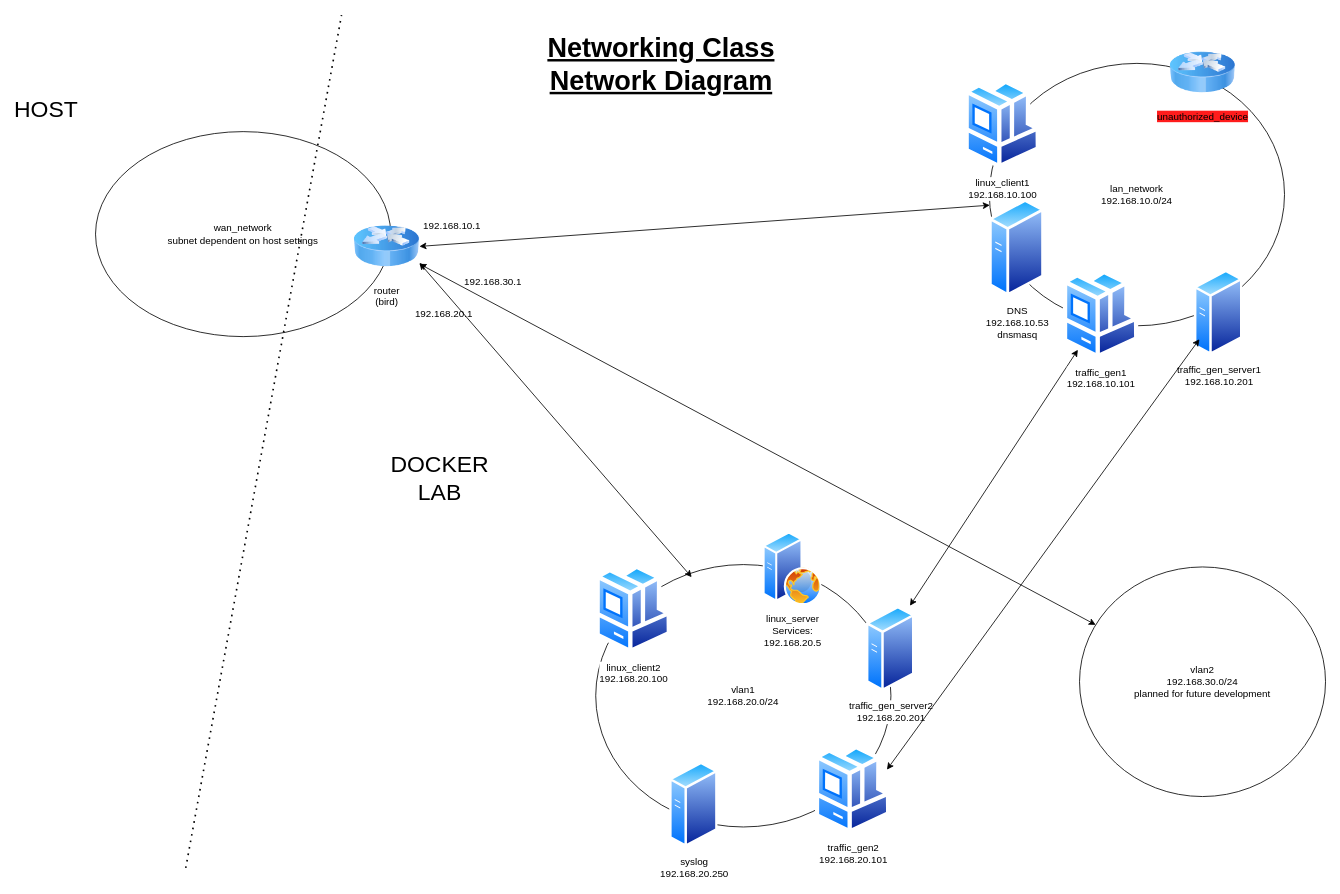
Above: Networking Class January Drill/NetworkingLab.drawio in butgreg/Exercises (draw.io), before the change. Source tidied: cells renumbered, new cells numbered last; positions are measured from the earlier drawing's top-left corner, leaving out a move shared by most shapes. Both pictures are drawn from the tidied source at 82%, with x=0, y=0 at pixel (21, 15).
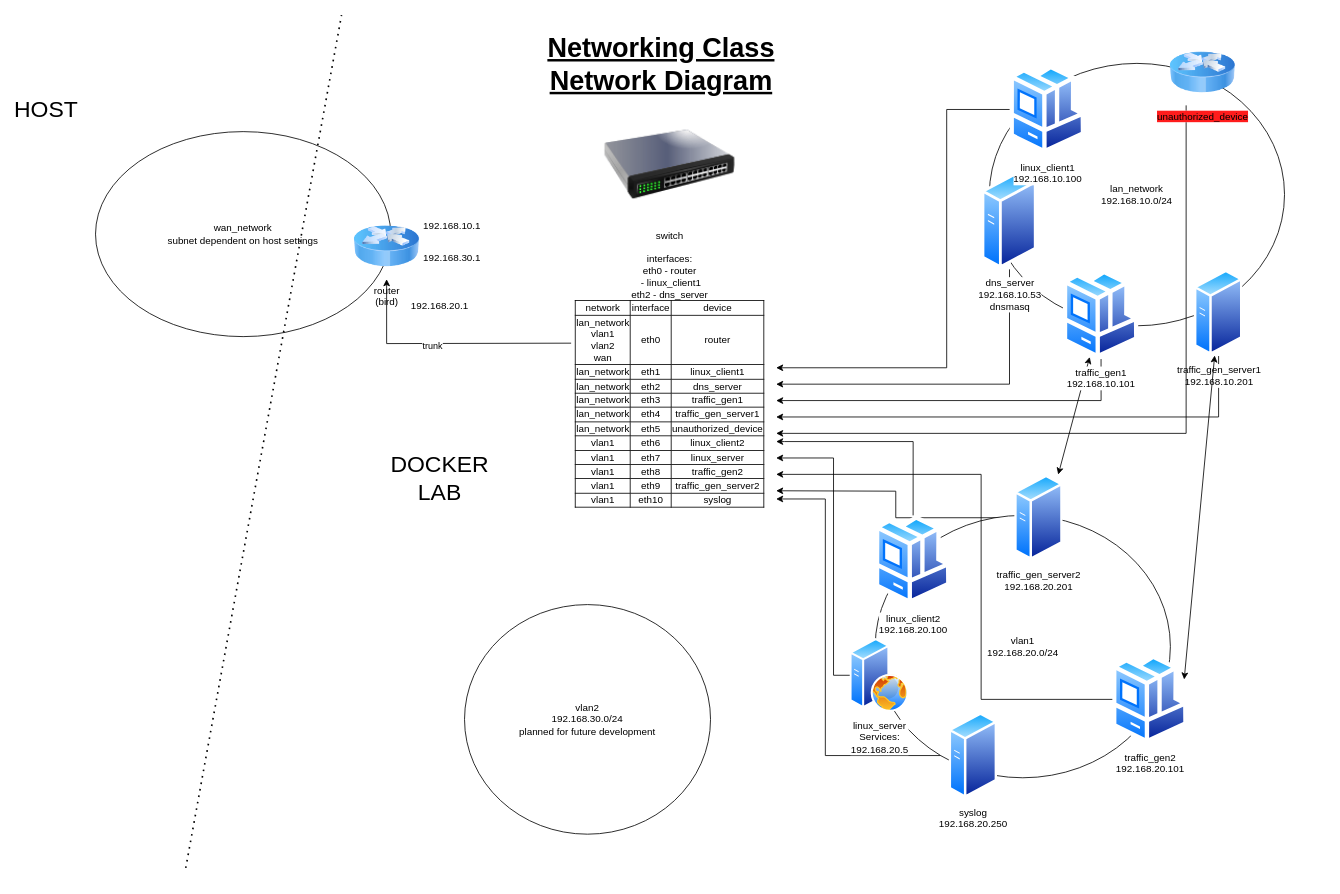
The same diagram, later.

Unchanged cells that the change refers to:
```xml
<mxCell id="6" value="router&lt;div&gt;(bird)&lt;/div&gt;" style="image;html=1;image=img/lib/clip_art/networking/Router_Icon_128x128.png;" parent="1" vertex="1">
  <mxGeometry x="405" y="242" width="80" height="80" as="geometry" />
</mxCell>
```

Diff of the diagram source:
```diff
@@
-    <mxCell id="2" value="vlan1&lt;div&gt;192.168.20.0/24&lt;/div&gt;" style="ellipse;whiteSpace=wrap;html=1;" parent="1" vertex="1">
-      <mxGeometry x="700" y="670" width="360" height="320" as="geometry" />
-    </mxCell>
@@
     <mxCell id="5" value="vlan2&lt;div&gt;192.168.30.0/24&lt;br&gt;planned for future development&lt;/div&gt;" style="ellipse;whiteSpace=wrap;html=1;" parent="1" vertex="1">
-      <mxGeometry x="1290" y="672.9" width="300" height="280" as="geometry" />
+      <mxGeometry x="540" y="718.8" width="300" height="280" as="geometry" />
     </mxCell>
@@
-    <mxCell id="8" style="endArrow=classic;startArrow=classic;html=1;rounded=0;entryX=0.325;entryY=0.048;entryDx=0;entryDy=0;entryPerimeter=0;exitX=1;exitY=0.75;exitDx=0;exitDy=0;" parent="1" edge="1" source="6" target="2">
-      <mxGeometry relative="1" as="geometry" />
-    </mxCell>
-    <mxCell id="9" style="endArrow=classic;startArrow=classic;html=1;rounded=0;exitX=1;exitY=0.5;exitDx=0;exitDy=0;" parent="1" edge="1" source="6" target="22">
-      <mxGeometry relative="1" as="geometry" />
-    </mxCell>
-    <mxCell id="10" style="endArrow=classic;startArrow=classic;html=1;rounded=0;" parent="1" edge="1" source="5" target="6">
-      <mxGeometry relative="1" as="geometry" />
-    </mxCell>
@@
     <mxCell id="14" value="192.168.20.1" style="text;html=1;align=center;verticalAlign=middle;whiteSpace=wrap;rounded=0;" parent="1" vertex="1">
-      <mxGeometry x="485" y="350" width="60" height="30" as="geometry" />
+      <mxGeometry x="480" y="340" width="60" height="30" as="geometry" />
     </mxCell>
     <mxCell id="15" value="192.168.30.1" style="text;html=1;align=center;verticalAlign=middle;whiteSpace=wrap;rounded=0;" parent="1" vertex="1">
-      <mxGeometry x="545" y="310" width="60" height="30" as="geometry" />
+      <mxGeometry x="495" y="280.6" width="60" height="30" as="geometry" />
     </mxCell>
+    <mxCell id="21" style="endArrow=classic;startArrow=classic;html=1;rounded=0;exitX=0.899;exitY=0.002;exitDx=0;exitDy=0;exitPerimeter=0;" parent="1" edge="1" source="20" target="25">
+      <mxGeometry relative="1" as="geometry" />
+    </mxCell>
+    <mxCell id="22" value="lan_network&lt;div&gt;192.168.10.0/24&lt;/div&gt;" style="ellipse;whiteSpace=wrap;html=1;" parent="1" vertex="1">
+      <mxGeometry x="1180" y="58.8" width="360" height="320" as="geometry" />
+    </mxCell>
+    <mxCell id="29" style="edgeStyle=orthogonalEdgeStyle;rounded=0;jettySize=auto;html=1;" parent="1" edge="1" source="23">
+      <mxGeometry relative="1" as="geometry">
+        <mxPoint x="920" y="450" as="targetPoint" />
+        <Array as="points">
+          <mxPoint x="1205" y="450" />
+        </Array>
+      </mxGeometry>
+    </mxCell>
+    <mxCell id="23" value="dns_server&lt;div&gt;192.168.10.53&lt;/div&gt;&lt;div&gt;dnsmasq&lt;/div&gt;" style="image;perimeter=ellipsePerimeter;html=1;align=center;shadow=0;dashed=0;spacingTop=3;image=img/lib/active_directory/generic_server.svg;" parent="1" vertex="1">
+      <mxGeometry x="1171" y="190" width="67.2" height="120" as="geometry" />
+    </mxCell>
+    <mxCell id="30" style="edgeStyle=orthogonalEdgeStyle;rounded=0;jettySize=auto;html=1;" parent="1" edge="1" source="24">
+      <mxGeometry relative="1" as="geometry">
+        <mxPoint x="920" y="430" as="targetPoint" />
+        <Array as="points">
+          <mxPoint x="1128" y="115" />
+          <mxPoint x="1128" y="430" />
+        </Array>
+      </mxGeometry>
+    </mxCell>
+    <mxCell id="24" value="linux_client1&lt;div&gt;192.168.10.100&lt;/div&gt;" style="image;perimeter=ellipsePerimeter;html=1;align=center;shadow=0;dashed=0;spacingTop=3;image=img/lib/active_directory/workstation_client.svg;" parent="1" vertex="1">
+      <mxGeometry x="1205" y="60.6" width="92.5" height="108.8" as="geometry" />
+    </mxCell>
+    <mxCell id="31" style="edgeStyle=orthogonalEdgeStyle;rounded=0;jettySize=auto;html=1;" parent="1" edge="1" source="25">
+      <mxGeometry relative="1" as="geometry">
+        <mxPoint x="920" y="470" as="targetPoint" />
+        <Array as="points">
+          <mxPoint x="1316" y="470" />
+        </Array>
+      </mxGeometry>
+    </mxCell>
+    <mxCell id="25" value="traffic_gen1&lt;div&gt;192.168.10.101&lt;/div&gt;" style="image;perimeter=ellipsePerimeter;html=1;align=center;shadow=0;dashed=0;spacingTop=3;image=img/lib/active_directory/workstation_client.svg;" parent="1" vertex="1">
+      <mxGeometry x="1270" y="310.6" width="92.5" height="108.8" as="geometry" />
+    </mxCell>
+    <mxCell id="32" style="edgeStyle=orthogonalEdgeStyle;rounded=0;jettySize=auto;html=1;" parent="1" edge="1" source="26">
+      <mxGeometry relative="1" as="geometry">
+        <mxPoint x="920" y="490" as="targetPoint" />
+        <Array as="points">
+          <mxPoint x="1460" y="490" />
+        </Array>
+      </mxGeometry>
+    </mxCell>
+    <mxCell id="26" value="traffic_gen_server1&lt;div&gt;192.168.10.201&lt;/div&gt;" style="image;perimeter=ellipsePerimeter;html=1;align=center;shadow=0;dashed=0;spacingTop=3;image=img/lib/active_directory/generic_server.svg;" parent="1" vertex="1">
+      <mxGeometry x="1430" y="310" width="59.2" height="105.7" as="geometry" />
+    </mxCell>
+    <mxCell id="33" style="edgeStyle=orthogonalEdgeStyle;rounded=0;jettySize=auto;html=1;" parent="1" edge="1" source="27">
+      <mxGeometry relative="1" as="geometry">
+        <mxPoint x="920" y="510" as="targetPoint" />
+        <Array as="points">
+          <mxPoint x="1420" y="510" />
+        </Array>
+      </mxGeometry>
+    </mxCell>
+    <mxCell id="27" value="&lt;span style=&quot;background-color: rgb(255, 28, 28);&quot;&gt;unauthorized_device&lt;/span&gt;" style="image;html=1;image=img/lib/clip_art/networking/Router_Icon_128x128.png;" parent="1" vertex="1">
+      <mxGeometry x="1400" y="30" width="80" height="80" as="geometry" />
+    </mxCell>
+    <mxCell id="28" style="endArrow=classic;startArrow=classic;html=1;rounded=0;exitX=1;exitY=0.25;exitDx=0;exitDy=0;" parent="1" edge="1" source="18" target="26">
+      <mxGeometry relative="1" as="geometry" />
+    </mxCell>
+    <mxCell id="34" style="edgeStyle=orthogonalEdgeStyle;rounded=0;jettySize=auto;html=1;" parent="1" edge="1" target="6">
+      <mxGeometry relative="1" as="geometry">
+        <mxPoint x="670" y="400" as="sourcePoint" />
+      </mxGeometry>
+    </mxCell>
+    <mxCell id="35" value="trunk" style="edgeLabel;html=1;align=center;verticalAlign=middle;" parent="34" vertex="1">
+      <mxGeometry x="0.12" y="2" relative="1" as="geometry" />
+    </mxCell>
+    <mxCell id="36" value="&lt;div&gt;switch&lt;/div&gt;&lt;div&gt;&lt;br&gt;&lt;/div&gt;&lt;div&gt;interfaces:&lt;/div&gt;&lt;div&gt;eth0 - router&lt;/div&gt;&lt;div&gt;&amp;nbsp;- linux_client1&lt;/div&gt;&lt;div&gt;eth2 - dns_server&lt;/div&gt;&lt;div&gt;&lt;table style=&quot;border: 1px solid rgb(0, 0, 0); border-collapse: collapse;&quot; border=&quot;1&quot;&gt;&lt;tbody&gt;&lt;tr&gt;&lt;td&gt;network&lt;br&gt;&lt;/td&gt;&lt;td&gt;interface&lt;br&gt;&lt;/td&gt;&lt;td&gt;device&lt;br&gt;&lt;/td&gt;&lt;/tr&gt;&lt;tr&gt;&lt;td&gt;lan_network&lt;br&gt;vlan1&lt;br&gt;vlan2&lt;br&gt;wan&lt;br&gt;&lt;/td&gt;&lt;td&gt;eth0&lt;/td&gt;&lt;td&gt;router&lt;br&gt;&lt;/td&gt;&lt;/tr&gt;&lt;tr&gt;&lt;td&gt;lan_network&lt;br&gt;&lt;/td&gt;&lt;td&gt;eth1&lt;br&gt;&lt;/td&gt;&lt;td&gt;linux_client1&lt;br&gt;&lt;/td&gt;&lt;/tr&gt;&lt;tr&gt;&lt;td&gt;lan_network&lt;br&gt;&lt;/td&gt;&lt;td&gt;eth2&lt;br&gt;&lt;/td&gt;&lt;td&gt;dns_server&lt;br&gt;&lt;/td&gt;&lt;/tr&gt;&lt;tr&gt;&lt;td&gt;lan_network&lt;/td&gt;&lt;td&gt;eth3&lt;br&gt;&lt;/td&gt;&lt;td&gt;traffic_gen1&lt;/td&gt;&lt;/tr&gt;&lt;tr&gt;&lt;td&gt;lan_network&lt;/td&gt;&lt;td&gt;eth4&lt;/td&gt;&lt;td&gt;traffic_gen_server1&lt;br&gt;&lt;/td&gt;&lt;/tr&gt;&lt;tr&gt;&lt;td&gt;lan_network&lt;/td&gt;&lt;td&gt;eth5&lt;/td&gt;&lt;td&gt;unauthorized_device&lt;br&gt;&lt;/td&gt;&lt;/tr&gt;&lt;tr&gt;&lt;td&gt;vlan1&lt;br&gt;&lt;/td&gt;&lt;td&gt;eth6&lt;/td&gt;&lt;td&gt;linux_client2&lt;br&gt;&lt;/td&gt;&lt;/tr&gt;&lt;tr&gt;&lt;td&gt;vlan1&lt;/td&gt;&lt;td&gt;eth7&lt;/td&gt;&lt;td&gt;linux_server&lt;br&gt;&lt;/td&gt;&lt;/tr&gt;&lt;tr&gt;&lt;td&gt;vlan1&lt;/td&gt;&lt;td&gt;eth8&lt;/td&gt;&lt;td&gt;traffic_gen2&lt;br&gt;&lt;/td&gt;&lt;/tr&gt;&lt;tr&gt;&lt;td&gt;vlan1&lt;/td&gt;&lt;td&gt;eth9&lt;/td&gt;&lt;td&gt;traffic_gen_server2&lt;br&gt;&lt;/td&gt;&lt;/tr&gt;&lt;tr&gt;&lt;td&gt;vlan1&lt;/td&gt;&lt;td&gt;eth10&lt;/td&gt;&lt;td&gt;syslog&lt;br&gt;&lt;/td&gt;&lt;/tr&gt;&lt;/tbody&gt;&lt;/table&gt;&lt;br&gt;&lt;/div&gt;" style="image;html=1;image=img/lib/clip_art/networking/Switch_128x128.png;" parent="1" vertex="1">
+      <mxGeometry x="710" y="110" width="160" height="145" as="geometry" />
+    </mxCell>
+    <mxCell id="37" style="edgeStyle=orthogonalEdgeStyle;rounded=0;jettySize=auto;html=1;" parent="1" edge="1" source="16">
+      <mxGeometry relative="1" as="geometry">
+        <mxPoint x="920" y="540" as="targetPoint" />
+        <Array as="points">
+          <mxPoint x="990" y="805" />
+          <mxPoint x="990" y="540" />
+        </Array>
+      </mxGeometry>
+    </mxCell>
+    <mxCell id="38" style="edgeStyle=orthogonalEdgeStyle;rounded=0;jettySize=auto;html=1;" parent="1" edge="1" source="17">
+      <mxGeometry relative="1" as="geometry">
+        <mxPoint x="920" y="520" as="targetPoint" />
+        <Array as="points">
+          <mxPoint x="1087" y="520" />
+          <mxPoint x="930" y="520" />
+        </Array>
+      </mxGeometry>
+    </mxCell>
+    <mxCell id="39" style="edgeStyle=orthogonalEdgeStyle;rounded=0;jettySize=auto;html=1;" parent="1" edge="1" source="19">
+      <mxGeometry relative="1" as="geometry">
+        <mxPoint x="920" y="590" as="targetPoint" />
+        <Array as="points">
+          <mxPoint x="980" y="903" />
+          <mxPoint x="980" y="590" />
+        </Array>
+      </mxGeometry>
+    </mxCell>
+    <mxCell id="40" style="edgeStyle=orthogonalEdgeStyle;rounded=0;jettySize=auto;html=1;" parent="1" edge="1" source="20">
+      <mxGeometry relative="1" as="geometry">
+        <mxPoint x="920" y="580" as="targetPoint" />
+      </mxGeometry>
+    </mxCell>
+    <mxCell id="41" style="group;" parent="1" vertex="1">
+      <mxGeometry x="1010" y="560" width="412.5" height="395.7" as="geometry" />
+    </mxCell>
+    <mxCell id="2" value="vlan1&lt;div&gt;192.168.20.0/24&lt;/div&gt;" style="ellipse;whiteSpace=wrap;html=1;" parent="41" vertex="1">
+      <mxGeometry x="30.8" y="50" width="360" height="320" as="geometry" />
+    </mxCell>
-    <mxCell id="16" value="linux_server&lt;div&gt;Services:&lt;br&gt;192.168.20.5&lt;/div&gt;" style="image;perimeter=ellipsePerimeter;html=1;align=center;shadow=0;dashed=0;spacingTop=3;image=img/lib/active_directory/web_server.svg;" parent="1" vertex="1">
-      <mxGeometry x="904" y="630" width="72" height="90" as="geometry" />
+    <mxCell id="16" value="linux_server&lt;div&gt;Services:&lt;br&gt;192.168.20.5&lt;/div&gt;" style="image;perimeter=ellipsePerimeter;html=1;align=center;shadow=0;dashed=0;spacingTop=3;image=img/lib/active_directory/web_server.svg;" parent="41" vertex="1">
+      <mxGeometry y="200" width="72" height="90" as="geometry" />
     </mxCell>
-    <mxCell id="17" value="linux_client2&lt;div&gt;192.168.20.100&lt;/div&gt;" style="image;perimeter=ellipsePerimeter;html=1;align=center;shadow=0;dashed=0;spacingTop=3;image=img/lib/active_directory/workstation_client.svg;" parent="1" vertex="1">
-      <mxGeometry x="700" y="670" width="92.5" height="108.8" as="geometry" />
+    <mxCell id="17" value="linux_client2&lt;div&gt;192.168.20.100&lt;/div&gt;" style="image;perimeter=ellipsePerimeter;html=1;align=center;shadow=0;dashed=0;spacingTop=3;image=img/lib/active_directory/workstation_client.svg;" parent="41" vertex="1">
+      <mxGeometry x="30.8" y="50" width="92.5" height="108.8" as="geometry" />
     </mxCell>
-    <mxCell id="18" value="traffic_gen2&lt;div&gt;192.168.20.101&lt;/div&gt;" style="image;perimeter=ellipsePerimeter;html=1;align=center;shadow=0;dashed=0;spacingTop=3;image=img/lib/active_directory/workstation_client.svg;" parent="1" vertex="1">
-      <mxGeometry x="967.5" y="890" width="92.5" height="108.8" as="geometry" />
+    <mxCell id="18" value="traffic_gen2&lt;div&gt;192.168.20.101&lt;/div&gt;" style="image;perimeter=ellipsePerimeter;html=1;align=center;shadow=0;dashed=0;spacingTop=3;image=img/lib/active_directory/workstation_client.svg;" parent="41" vertex="1">
+      <mxGeometry x="320" y="220" width="92.5" height="108.8" as="geometry" />
     </mxCell>
-    <mxCell id="19" value="syslog&lt;br&gt;&lt;div&gt;192.168.20.250&lt;/div&gt;" style="image;perimeter=ellipsePerimeter;html=1;align=center;shadow=0;dashed=0;spacingTop=3;image=img/lib/active_directory/generic_server.svg;" parent="1" vertex="1">
-      <mxGeometry x="790" y="910" width="59.2" height="105.7" as="geometry" />
+    <mxCell id="19" value="syslog&lt;br&gt;&lt;div&gt;192.168.20.250&lt;/div&gt;" style="image;perimeter=ellipsePerimeter;html=1;align=center;shadow=0;dashed=0;spacingTop=3;image=img/lib/active_directory/generic_server.svg;" parent="41" vertex="1">
+      <mxGeometry x="120.8" y="290" width="59.2" height="105.7" as="geometry" />
     </mxCell>
-    <mxCell id="20" value="traffic_gen_server2&lt;div&gt;192.168.20.201&lt;/div&gt;" style="image;perimeter=ellipsePerimeter;html=1;align=center;shadow=0;dashed=0;spacingTop=3;image=img/lib/active_directory/generic_server.svg;" parent="1" vertex="1">
-      <mxGeometry x="1030" y="720" width="59.2" height="105.7" as="geometry" />
+    <mxCell id="20" value="traffic_gen_server2&lt;div&gt;192.168.20.201&lt;/div&gt;" style="image;perimeter=ellipsePerimeter;html=1;align=center;shadow=0;dashed=0;spacingTop=3;image=img/lib/active_directory/generic_server.svg;" parent="41" vertex="1">
+      <mxGeometry x="200.8" width="59.2" height="105.7" as="geometry" />
     </mxCell>
-    <mxCell id="21" style="endArrow=classic;startArrow=classic;html=1;rounded=0;exitX=0.899;exitY=0.002;exitDx=0;exitDy=0;exitPerimeter=0;" parent="1" edge="1" source="20" target="25">
-      <mxGeometry relative="1" as="geometry" />
-    </mxCell>
-    <mxCell id="22" value="lan_network&lt;div&gt;192.168.10.0/24&lt;/div&gt;" style="ellipse;whiteSpace=wrap;html=1;" parent="1" vertex="1">
-      <mxGeometry x="1180" y="58.8" width="360" height="320" as="geometry" />
-    </mxCell>
-    <mxCell id="23" value="DNS&lt;div&gt;192.168.10.53&lt;/div&gt;&lt;div&gt;dnsmasq&lt;/div&gt;" style="image;perimeter=ellipsePerimeter;html=1;align=center;shadow=0;dashed=0;spacingTop=3;image=img/lib/active_directory/generic_server.svg;" parent="1" vertex="1">
-      <mxGeometry x="1180" y="223.8" width="67.2" height="120" as="geometry" />
-    </mxCell>
-    <mxCell id="24" value="linux_client1&lt;div&gt;192.168.10.100&lt;/div&gt;" style="image;perimeter=ellipsePerimeter;html=1;align=center;shadow=0;dashed=0;spacingTop=3;image=img/lib/active_directory/workstation_client.svg;" parent="1" vertex="1">
-      <mxGeometry x="1150" y="78.8" width="92.5" height="108.8" as="geometry" />
-    </mxCell>
-    <mxCell id="25" value="traffic_gen1&lt;div&gt;192.168.10.101&lt;/div&gt;" style="image;perimeter=ellipsePerimeter;html=1;align=center;shadow=0;dashed=0;spacingTop=3;image=img/lib/active_directory/workstation_client.svg;" parent="1" vertex="1">
-      <mxGeometry x="1270" y="310.6" width="92.5" height="108.8" as="geometry" />
-    </mxCell>
-    <mxCell id="26" value="traffic_gen_server1&lt;div&gt;192.168.10.201&lt;/div&gt;" style="image;perimeter=ellipsePerimeter;html=1;align=center;shadow=0;dashed=0;spacingTop=3;image=img/lib/active_directory/generic_server.svg;" parent="1" vertex="1">
-      <mxGeometry x="1430" y="310" width="59.2" height="105.7" as="geometry" />
-    </mxCell>
-    <mxCell id="27" value="&lt;span style=&quot;background-color: rgb(255, 28, 28);&quot;&gt;unauthorized_device&lt;/span&gt;" style="image;html=1;image=img/lib/clip_art/networking/Router_Icon_128x128.png;" parent="1" vertex="1">
-      <mxGeometry x="1400" y="30" width="80" height="80" as="geometry" />
-    </mxCell>
-    <mxCell id="28" style="endArrow=classic;startArrow=classic;html=1;rounded=0;exitX=1;exitY=0.25;exitDx=0;exitDy=0;" parent="1" edge="1" source="18" target="26">
-      <mxGeometry relative="1" as="geometry" />
-    </mxCell>
+    <mxCell id="42" style="edgeStyle=orthogonalEdgeStyle;rounded=0;jettySize=auto;html=1;" parent="1" edge="1" source="18">
+      <mxGeometry relative="1" as="geometry">
+        <mxPoint x="920" y="560" as="targetPoint" />
+        <Array as="points">
+          <mxPoint x="1170" y="834" />
+          <mxPoint x="1170" y="560" />
+        </Array>
+      </mxGeometry>
+    </mxCell>
```
